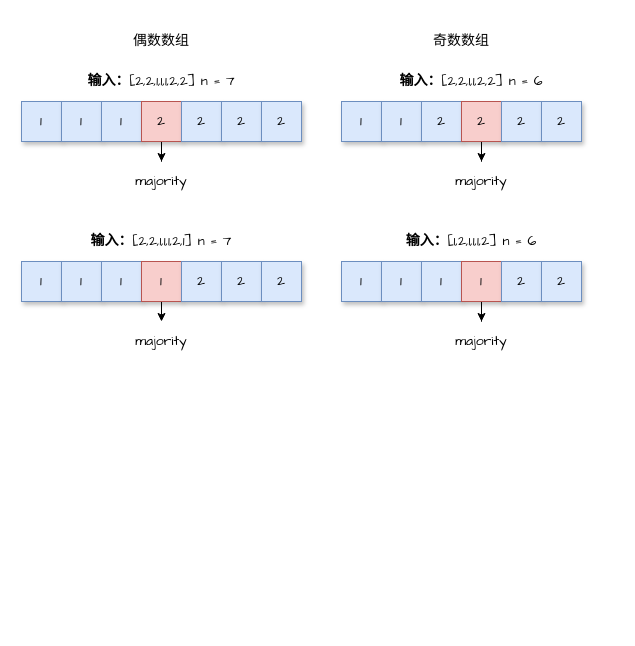
Above: draw.io/多数元素.drawio in goldknife6/algorithm (draw.io), before the change. Source tidied: cells renumbered, new cells numbered last; positions are measured from the earlier drawing's top-left corner, leaving out a move shared by most shapes. Both pictures are drawn from the tidied source at 100%, with x=0, y=0 at pixel (21, 21).
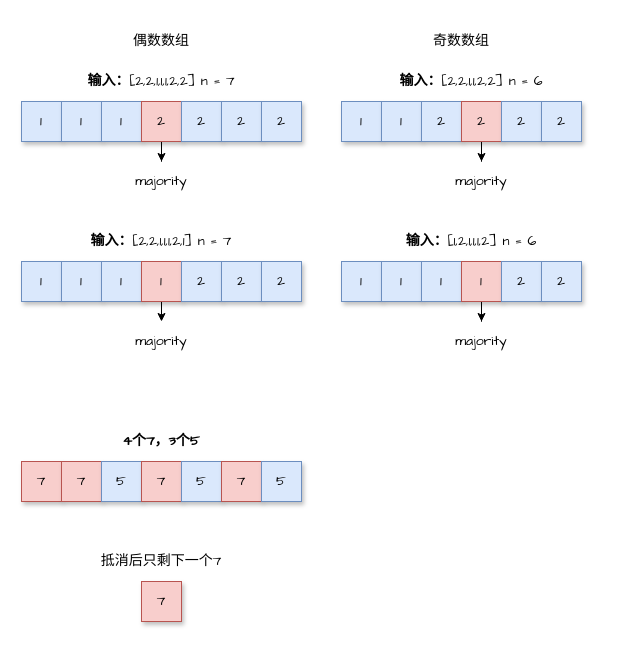
The same page after the edit.

Commit message (it also covers changes not shown here):
更新多数元素.drawio

Diff of the diagram source:
```diff
@@
+    <mxCell id="42" value="&lt;font style=&quot;font-size: 14px&quot; face=&quot;Comic Sans MS&quot;&gt;7&lt;/font&gt;" style="rounded=0;whiteSpace=wrap;html=1;shadow=1;sketch=0;fillColor=#f8cecc;strokeColor=#b85450;" parent="1" vertex="1">
+      <mxGeometry y="440" width="40" height="40" as="geometry" />
+    </mxCell>
+    <mxCell id="43" value="&lt;font style=&quot;font-size: 14px&quot; face=&quot;Comic Sans MS&quot;&gt;7&lt;/font&gt;" style="rounded=0;whiteSpace=wrap;html=1;shadow=1;sketch=0;fillColor=#f8cecc;strokeColor=#b85450;" parent="1" vertex="1">
+      <mxGeometry x="40" y="440" width="40" height="40" as="geometry" />
+    </mxCell>
+    <mxCell id="44" value="&lt;font style=&quot;font-size: 14px&quot; face=&quot;Comic Sans MS&quot;&gt;5&lt;/font&gt;" style="rounded=0;whiteSpace=wrap;html=1;shadow=1;sketch=0;fillColor=#dae8fc;strokeColor=#6c8ebf;" parent="1" vertex="1">
+      <mxGeometry x="80" y="440" width="40" height="40" as="geometry" />
+    </mxCell>
+    <mxCell id="45" value="&lt;font style=&quot;font-size: 14px&quot; face=&quot;Comic Sans MS&quot;&gt;7&lt;/font&gt;" style="rounded=0;whiteSpace=wrap;html=1;shadow=1;sketch=0;fillColor=#f8cecc;strokeColor=#b85450;" parent="1" vertex="1">
+      <mxGeometry x="120" y="440" width="40" height="40" as="geometry" />
+    </mxCell>
+    <mxCell id="46" value="&lt;font style=&quot;font-size: 14px&quot; face=&quot;Comic Sans MS&quot;&gt;5&lt;/font&gt;" style="rounded=0;whiteSpace=wrap;html=1;shadow=1;sketch=0;fillColor=#dae8fc;strokeColor=#6c8ebf;" parent="1" vertex="1">
+      <mxGeometry x="160" y="440" width="40" height="40" as="geometry" />
+    </mxCell>
+    <mxCell id="47" value="&lt;font style=&quot;font-size: 14px&quot; face=&quot;Comic Sans MS&quot;&gt;7&lt;/font&gt;" style="rounded=0;whiteSpace=wrap;html=1;shadow=1;sketch=0;fillColor=#f8cecc;strokeColor=#b85450;" parent="1" vertex="1">
+      <mxGeometry x="200" y="440" width="40" height="40" as="geometry" />
+    </mxCell>
+    <mxCell id="48" value="&lt;font style=&quot;font-size: 14px&quot; face=&quot;Comic Sans MS&quot;&gt;5&lt;/font&gt;" style="rounded=0;whiteSpace=wrap;html=1;shadow=1;sketch=0;fillColor=#dae8fc;strokeColor=#6c8ebf;" parent="1" vertex="1">
+      <mxGeometry x="240" y="440" width="40" height="40" as="geometry" />
+    </mxCell>
+    <mxCell id="49" value="&lt;div class=&quot;okr-block-clipboard&quot;&gt;&lt;/div&gt;&lt;div&gt;&lt;blockquote&gt;&lt;b&gt;4个7，3个5&lt;/b&gt;&lt;/blockquote&gt;&lt;/div&gt;" style="text;html=1;strokeColor=none;fillColor=none;align=center;verticalAlign=middle;whiteSpace=wrap;rounded=0;shadow=1;sketch=0;fontFamily=Comic Sans MS;fontSize=14;" parent="1" vertex="1">
+      <mxGeometry y="400" width="280" height="40" as="geometry" />
+    </mxCell>
+    <mxCell id="50" value="&lt;font style=&quot;font-size: 14px&quot; face=&quot;Comic Sans MS&quot;&gt;7&lt;/font&gt;" style="rounded=0;whiteSpace=wrap;html=1;shadow=1;sketch=0;fillColor=#f8cecc;strokeColor=#b85450;" parent="1" vertex="1">
+      <mxGeometry x="120" y="560" width="40" height="40" as="geometry" />
+    </mxCell>
+    <mxCell id="51" value="抵消后只剩下一个7" style="text;html=1;strokeColor=none;fillColor=none;align=center;verticalAlign=middle;whiteSpace=wrap;rounded=0;shadow=1;sketch=0;fontFamily=Comic Sans MS;fontSize=14;fontColor=#000000;" parent="1" vertex="1">
+      <mxGeometry x="70" y="520" width="140" height="40" as="geometry" />
+    </mxCell>
```
